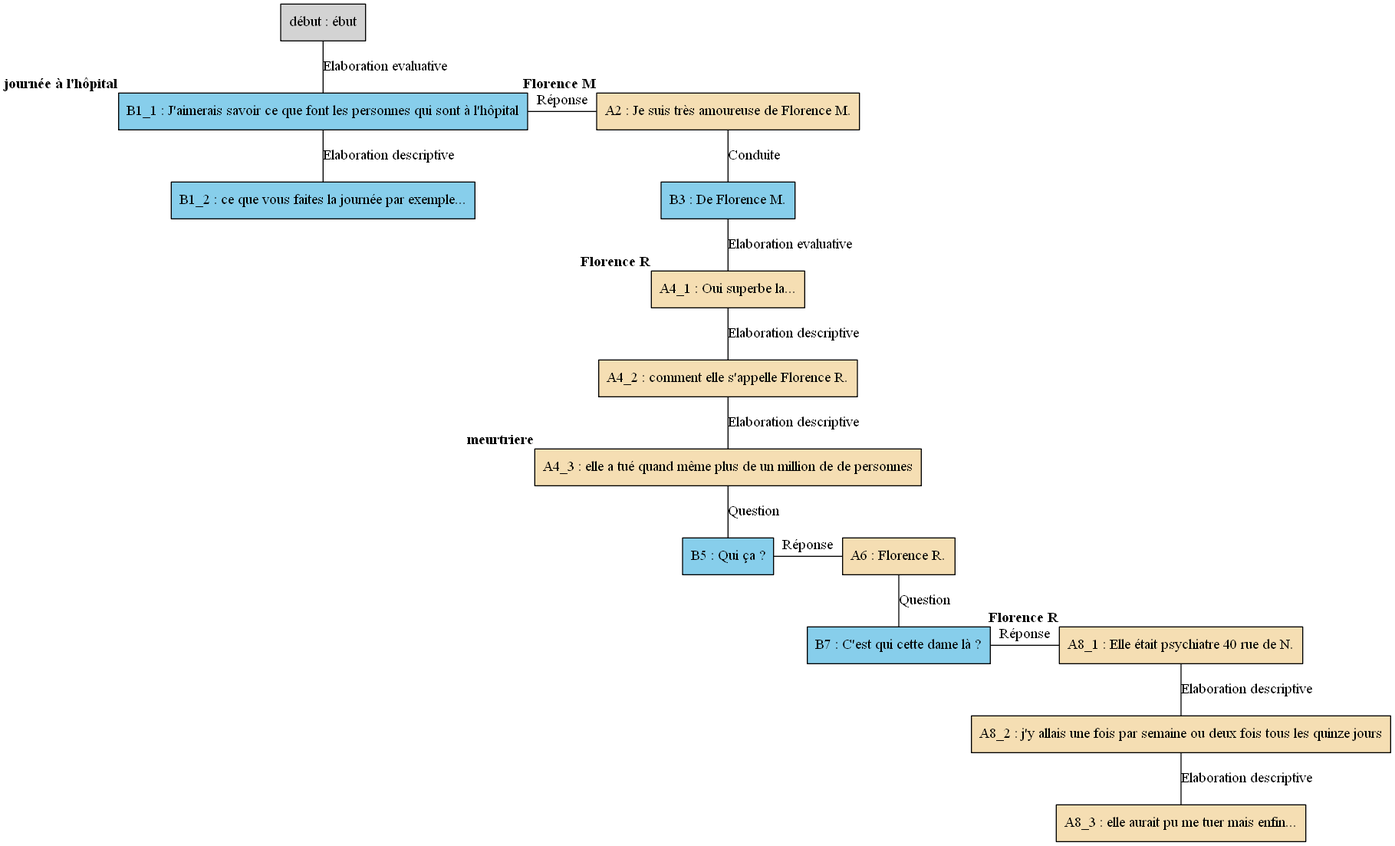
AlaixComet/AnnotationSlamPTut keeps this Graphviz diagram as arbres/Florence/Florence_-_A07.gv.png. Above is the earlier version. Its source is kept beside it as arbres/Florence/Florence_-_A07.gv.
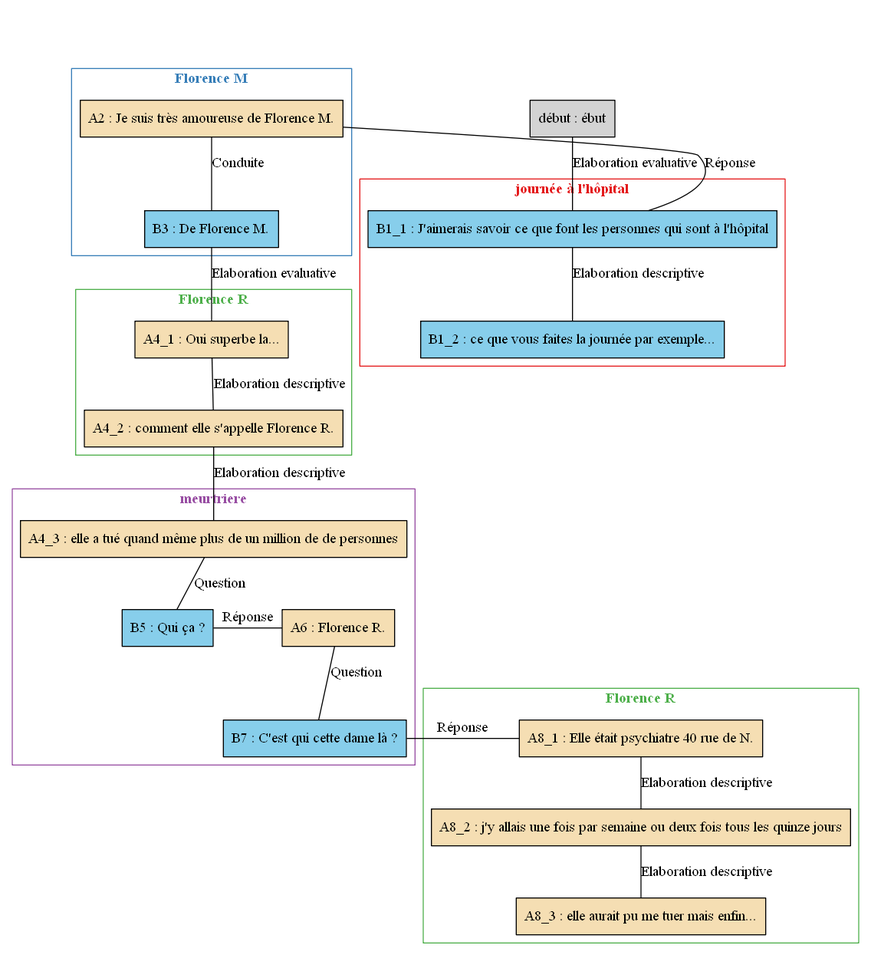
After the change.

Change to the diagram source:
```diff
@@ -1,45 +1,79 @@
 digraph A07 {
 	node [shape=box style=filled]
-	"début" [label="début : ébut" xlabel=""]
-	B1_1 [label="B1_1 : J'aimerais savoir ce que font les personnes qui sont à l'hôpital" fillcolor=skyblue xlabel=<<B>journée à l'hôpital</B>>]
-	B1_2 [label="B1_2 : ce que vous faites la journée par exemple..." fillcolor=skyblue xlabel=""]
-	A2 [label="A2 : Je suis très amoureuse de Florence M." fillcolor=wheat xlabel=<<B>Florence M</B>>]
-	B3 [label="B3 : De Florence M." fillcolor=skyblue xlabel=""]
-	A4_1 [label="A4_1 : Oui superbe la..." fillcolor=wheat xlabel=<<B>Florence R</B>>]
-	A4_2 [label="A4_2 : comment elle s'appelle Florence R." fillcolor=wheat xlabel=""]
-	A4_3 [label="A4_3 : elle a tué quand même plus de un million de de personnes" fillcolor=wheat xlabel=<<B>meurtriere</B>>]
-	B5 [label="B5 : Qui ça ?" fillcolor=skyblue xlabel=""]
-	A6 [label="A6 : Florence R." fillcolor=wheat xlabel=""]
-	B7 [label="B7 : C'est qui cette dame là ?" fillcolor=skyblue xlabel=""]
-	A8_1 [label="A8_1 : Elle était psychiatre 40 rue de N." fillcolor=wheat xlabel=<<B>Florence R</B>>]
-	A8_2 [label="A8_2 : j'y allais une fois par semaine ou deux fois tous les quinze jours" fillcolor=wheat xlabel=""]
-	A8_3 [label="A8_3 : elle aurait pu me tuer mais enfin..." fillcolor=wheat xlabel=""]
-	"début" -> B1_1 [label="Elaboration evaluative" dir=none]
-	B1_1 -> B1_2 [label="Elaboration descriptive" dir=none]
-	{
-		rank=same
+	newrank=true
+	zero [style=invis]
+	"début" [label="début : ébut"]
+	B1_1 [label="B1_1 : J'aimerais savoir ce que font les personnes qui sont à l'hôpital" fillcolor=skyblue]
+	B1_2 [label="B1_2 : ce que vous faites la journée par exemple..." fillcolor=skyblue]
+	A2 [label="A2 : Je suis très amoureuse de Florence M." fillcolor=wheat]
+	B3 [label="B3 : De Florence M." fillcolor=skyblue]
+	A4_1 [label="A4_1 : Oui superbe la..." fillcolor=wheat]
+	A4_2 [label="A4_2 : comment elle s'appelle Florence R." fillcolor=wheat]
+	A4_3 [label="A4_3 : elle a tué quand même plus de un million de de personnes" fillcolor=wheat]
+	B5 [label="B5 : Qui ça ?" fillcolor=skyblue]
+	A6 [label="A6 : Florence R." fillcolor=wheat]
+	B7 [label="B7 : C'est qui cette dame là ?" fillcolor=skyblue]
+	A8_1 [label="A8_1 : Elle était psychiatre 40 rue de N." fillcolor=wheat]
+	A8_2 [label="A8_2 : j'y allais une fois par semaine ou deux fois tous les quinze jours" fillcolor=wheat]
+	A8_3 [label="A8_3 : elle aurait pu me tuer mais enfin..." fillcolor=wheat]
+	zero -> "début" [label="" style=invis]
+	"début" -> B1_1 [label="Elaboration evaluative" dir=none weight=2]
+	B1_1 -> B1_2 [label="Elaboration descriptive" dir=none weight=2]
+	zero -> A2 [style=invis weight=1]
+	B1_1 -> A2 [label="Réponse" constraint=false dir=none]
+	A2 -> B3 [label=Conduite dir=none weight=2]
+	B3 -> A4_1 [label="Elaboration evaluative" dir=none weight=2]
+	A4_1 -> A4_2 [label="Elaboration descriptive" dir=none weight=2]
+	A4_2 -> A4_3 [label="Elaboration descriptive" dir=none weight=2]
+	A4_3 -> B5 [label=Question dir=none weight=2]
+	A4_3 -> A6 [style=invis weight=1]
+	B5 -> A6 [label="Réponse" constraint=false dir=none]
+	A6 -> B7 [label=Question dir=none weight=2]
+	A6 -> A8_1 [style=invis weight=1]
+	B7 -> A8_1 [label="Réponse" constraint=false dir=none]
+	A8_1 -> A8_2 [label="Elaboration descriptive" dir=none weight=2]
+	A8_2 -> A8_3 [label="Elaboration descriptive" dir=none weight=2]
+	subgraph cluster_1 {
+		label=<<B>journée à l'hôpital</B>>
+		colorscheme=set19
+		color=1
+		fontcolor=1
 		B1_1
+		B1_2
+	}
+	subgraph cluster_2 {
+		label=<<B>Florence M</B>>
+		colorscheme=set19
+		color=2
+		fontcolor=2
 		A2
-		B1_1 -> A2 [label="Réponse" dir=none]
+		B3
 	}
-	A2 -> B3 [label=Conduite dir=none]
-	B3 -> A4_1 [label="Elaboration evaluative" dir=none]
-	A4_1 -> A4_2 [label="Elaboration descriptive" dir=none]
-	A4_2 -> A4_3 [label="Elaboration descriptive" dir=none]
-	A4_3 -> B5 [label=Question dir=none]
-	{
-		rank=same
+	subgraph cluster_3 {
+		label=<<B>Florence R</B>>
+		colorscheme=set19
+		color=3
+		fontcolor=3
+		A4_1
+		A4_2
+	}
+	subgraph cluster_4 {
+		label=<<B>meurtriere</B>>
+		colorscheme=set19
+		color=4
+		fontcolor=4
+		A4_3
 		B5
 		A6
-		B5 -> A6 [label="Réponse" dir=none]
+		B7
 	}
-	A6 -> B7 [label=Question dir=none]
-	{
-		rank=same
-		B7
+	subgraph cluster_5 {
+		label=<<B>Florence R</B>>
+		colorscheme=set19
+		color=3
+		fontcolor=3
 		A8_1
-		B7 -> A8_1 [label="Réponse" dir=none]
+		A8_2
+		A8_3
 	}
-	A8_1 -> A8_2 [label="Elaboration descriptive" dir=none]
-	A8_2 -> A8_3 [label="Elaboration descriptive" dir=none]
 }
```
